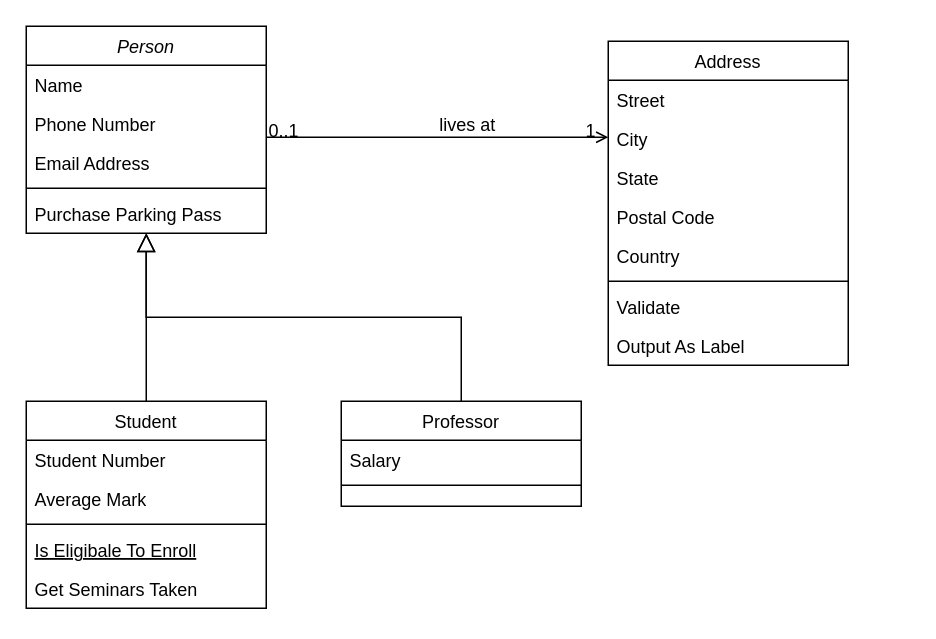
This is LandmasterLibrary/_Module_Diagram.drawio from landmaster135/pyclone-tornado, a draw.io file, before an edit. Source tidied: cells renumbered, new cells numbered last; positions are measured from the earlier drawing's top-left corner, leaving out a move shared by most shapes. Both pictures are drawn from the tidied source at 150%, with x=0, y=0 at pixel (26, 26).
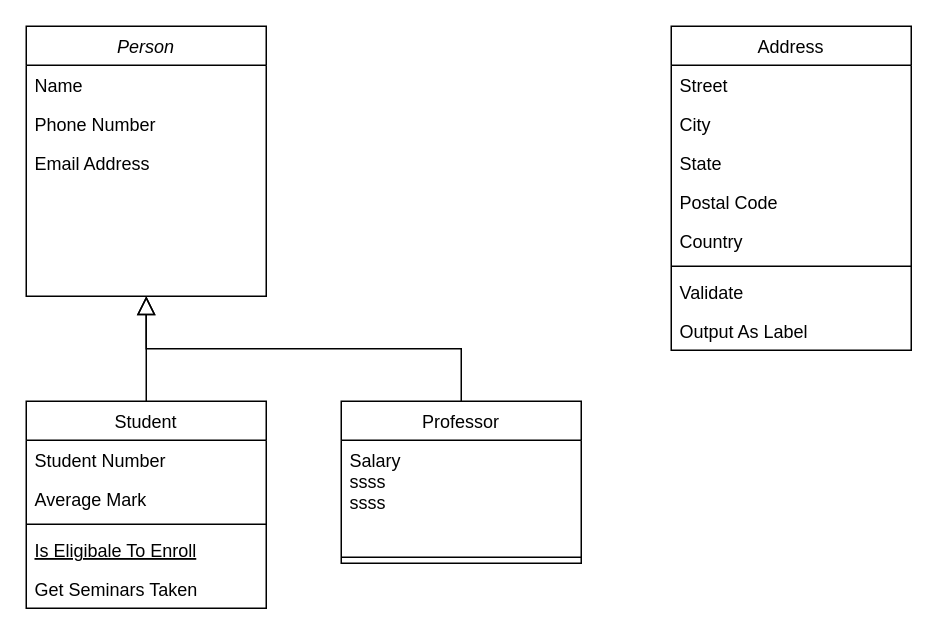
After the change.

Change to the diagram source:
```diff
@@
     <mxCell id="9" value="Professor" style="swimlane;fontStyle=0;align=center;verticalAlign=top;horizontal=1;startSize=26;rounded=0;shadow=0;strokeWidth=1;" parent="1" vertex="1">
-      <mxGeometry x="210" y="250" width="160" height="70" as="geometry" />
+      <mxGeometry x="210" y="250" width="160" height="108" as="geometry" />
     </mxCell>
-    <mxCell id="10" value="Salary" style="text;align=left;verticalAlign=top;spacingLeft=4;spacingRight=4;overflow=hidden;" parent="9" vertex="1">
-      <mxGeometry y="26" width="160" height="26" as="geometry" />
+    <mxCell id="10" value="Salary&#10;ssss&#10;ssss" style="text;align=left;verticalAlign=top;spacingLeft=4;spacingRight=4;overflow=hidden;" parent="9" vertex="1">
+      <mxGeometry y="26" width="160" height="74" as="geometry" />
     </mxCell>
     <mxCell id="11" style="line;html=1;strokeWidth=1;align=left;verticalAlign=middle;spacingTop=-1;spacingLeft=3;spacingRight=3;labelPosition=right;" parent="9" vertex="1">
-      <mxGeometry y="52" width="160" height="8" as="geometry" />
+      <mxGeometry y="100" width="160" height="8" as="geometry" />
     </mxCell>
@@
+    <mxCell id="26" value="Person" style="swimlane;fontStyle=2;align=center;verticalAlign=top;horizontal=1;startSize=26;rounded=0;shadow=0;strokeWidth=1;" parent="1" vertex="1">
+      <mxGeometry width="160" height="180" as="geometry" />
+    </mxCell>
+    <mxCell id="27" value="Name" style="text;align=left;verticalAlign=top;spacingLeft=4;spacingRight=4;overflow=hidden;" parent="26" vertex="1">
+      <mxGeometry y="26" width="160" height="26" as="geometry" />
+    </mxCell>
+    <mxCell id="28" value="Phone Number" style="text;align=left;verticalAlign=top;spacingLeft=4;spacingRight=4;overflow=hidden;rounded=0;shadow=0;html=0;" parent="26" vertex="1">
+      <mxGeometry y="52" width="160" height="26" as="geometry" />
+    </mxCell>
+    <mxCell id="29" value="Email Address" style="text;align=left;verticalAlign=top;spacingLeft=4;spacingRight=4;overflow=hidden;rounded=0;shadow=0;html=0;" parent="26" vertex="1">
+      <mxGeometry y="78" width="160" height="26" as="geometry" />
+    </mxCell>
     <mxCell id="13" value="Address" style="swimlane;fontStyle=0;align=center;verticalAlign=top;horizontal=1;startSize=26;rounded=0;shadow=0;strokeWidth=1;" parent="1" vertex="1">
-      <mxGeometry x="388" y="10" width="160" height="216" as="geometry" />
+      <mxGeometry x="430" width="160" height="216" as="geometry" />
     </mxCell>
@@
-    <mxCell id="22" style="endArrow=open;shadow=0;strokeWidth=1;rounded=0;endFill=1;edgeStyle=elbowEdgeStyle;elbow=vertical;" parent="1" edge="1" source="26" target="13">
-      <mxGeometry x="0.5" y="41" relative="1" as="geometry">
-        <mxPoint x="-40" y="32" as="offset" />
-      </mxGeometry>
-    </mxCell>
-    <mxCell id="23" value="0..1" style="align=left;verticalAlign=bottom;labelBackgroundColor=none;fontSize=12;" parent="22" vertex="1">
-      <mxGeometry x="-1" relative="1" as="geometry">
-        <mxPoint y="4" as="offset" />
-      </mxGeometry>
-    </mxCell>
-    <mxCell id="24" value="1" style="align=right;verticalAlign=bottom;labelBackgroundColor=none;fontSize=12;" parent="22" vertex="1">
-      <mxGeometry x="1" relative="1" as="geometry">
-        <mxPoint x="-7" y="4" as="offset" />
-      </mxGeometry>
-    </mxCell>
-    <mxCell id="25" value="lives at" style="text;html=1;align=center;verticalAlign=middle;labelBackgroundColor=none;rounded=0;shadow=0;strokeWidth=1;fontSize=12;" parent="22" vertex="1">
-      <mxGeometry x="0.5" y="49" relative="1" as="geometry">
-        <mxPoint x="-38" y="40" as="offset" />
-      </mxGeometry>
-    </mxCell>
-    <mxCell id="26" value="Person" style="swimlane;fontStyle=2;align=center;verticalAlign=top;horizontal=1;startSize=26;rounded=0;shadow=0;strokeWidth=1;" parent="1" vertex="1">
-      <mxGeometry width="160" height="138" as="geometry" />
-    </mxCell>
-    <mxCell id="27" value="Name" style="text;align=left;verticalAlign=top;spacingLeft=4;spacingRight=4;overflow=hidden;" parent="26" vertex="1">
-      <mxGeometry y="26" width="160" height="26" as="geometry" />
-    </mxCell>
-    <mxCell id="28" value="Phone Number" style="text;align=left;verticalAlign=top;spacingLeft=4;spacingRight=4;overflow=hidden;rounded=0;shadow=0;html=0;" parent="26" vertex="1">
-      <mxGeometry y="52" width="160" height="26" as="geometry" />
-    </mxCell>
-    <mxCell id="29" value="Email Address" style="text;align=left;verticalAlign=top;spacingLeft=4;spacingRight=4;overflow=hidden;rounded=0;shadow=0;html=0;" parent="26" vertex="1">
-      <mxGeometry y="78" width="160" height="26" as="geometry" />
-    </mxCell>
-    <mxCell id="30" style="line;html=1;strokeWidth=1;align=left;verticalAlign=middle;spacingTop=-1;spacingLeft=3;spacingRight=3;labelPosition=right;" parent="26" vertex="1">
-      <mxGeometry y="104" width="160" height="8" as="geometry" />
-    </mxCell>
-    <mxCell id="31" value="Purchase Parking Pass" style="text;align=left;verticalAlign=top;spacingLeft=4;spacingRight=4;overflow=hidden;" parent="26" vertex="1">
-      <mxGeometry y="112" width="160" height="26" as="geometry" />
-    </mxCell>
```
